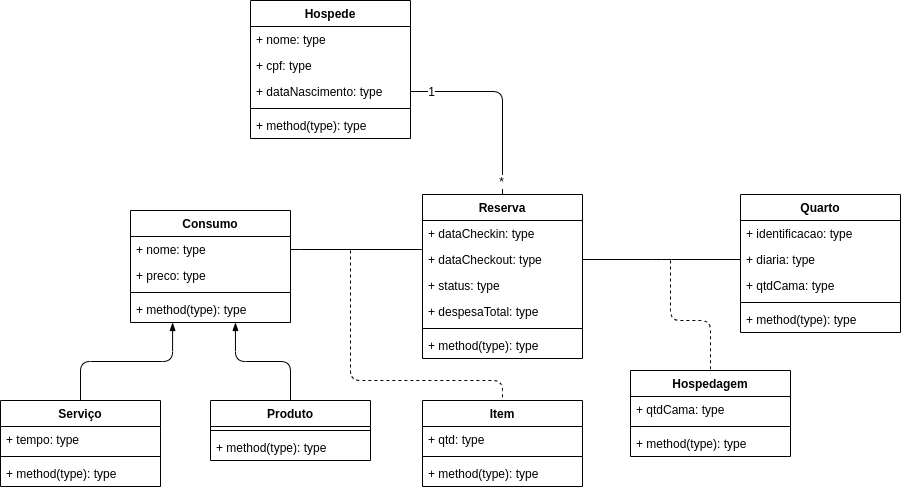
henriqueyun/Hotel keeps this draw.io diagram as docs/diagrams/Sistema de Hotelaria - Diagrama de Classe.png. Above is the earlier version. Source tidied: cells renumbered, new cells last; positions are measured from the earlier drawing's top-left corner, leaving out a move shared by most shapes.
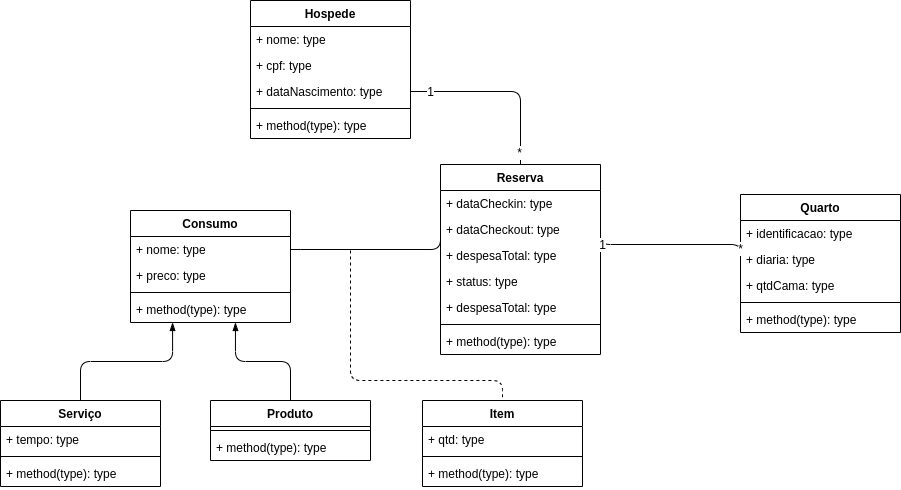
Later version of the same file.

Change to the diagram source:
```diff
@@ -21,7 +21,7 @@
       <mxGeometry y="112" width="160" height="26" as="geometry" />
     </mxCell>
     <mxCell id="8" value="Reserva" style="swimlane;fontStyle=1;align=center;verticalAlign=top;horizontal=1;startSize=26;" parent="1" vertex="1">
-      <mxGeometry x="422" y="194" width="160" height="164" as="geometry" />
+      <mxGeometry x="440" y="164" width="160" height="190" as="geometry" />
     </mxCell>
     <mxCell id="9" value="+ dataCheckin: type" style="text;strokeColor=none;fillColor=none;align=left;verticalAlign=top;spacingLeft=4;spacingRight=4;overflow=hidden;" parent="8" vertex="1">
       <mxGeometry y="26" width="160" height="26" as="geometry" />
@@ -29,17 +29,20 @@
     <mxCell id="10" value="+ dataCheckout: type" style="text;strokeColor=none;fillColor=none;align=left;verticalAlign=top;spacingLeft=4;spacingRight=4;overflow=hidden;points=[[0,0.5],[1,0.5]];portConstraint=eastwest;" parent="8" vertex="1">
       <mxGeometry y="52" width="160" height="26" as="geometry" />
     </mxCell>
+    <mxCell id="50" value="+ despesaTotal: type" style="text;strokeColor=none;fillColor=none;align=left;verticalAlign=top;spacingLeft=4;spacingRight=4;overflow=hidden;" parent="8" vertex="1">
+      <mxGeometry y="78" width="160" height="26" as="geometry" />
+    </mxCell>
     <mxCell id="11" value="+ status: type" style="text;strokeColor=none;fillColor=none;align=left;verticalAlign=top;spacingLeft=4;spacingRight=4;overflow=hidden;" parent="8" vertex="1">
-      <mxGeometry y="78" width="160" height="26" as="geometry" />
+      <mxGeometry y="104" width="160" height="26" as="geometry" />
     </mxCell>
     <mxCell id="12" value="+ despesaTotal: type" style="text;strokeColor=none;fillColor=none;align=left;verticalAlign=top;spacingLeft=4;spacingRight=4;overflow=hidden;" parent="8" vertex="1">
-      <mxGeometry y="104" width="160" height="26" as="geometry" />
+      <mxGeometry y="130" width="160" height="26" as="geometry" />
     </mxCell>
     <mxCell id="13" style="line;strokeWidth=1;fillColor=none;align=left;verticalAlign=middle;spacingTop=-1;spacingLeft=3;spacingRight=3;labelPosition=right;" parent="8" vertex="1">
-      <mxGeometry y="130" width="160" height="8" as="geometry" />
+      <mxGeometry y="156" width="160" height="8" as="geometry" />
     </mxCell>
     <mxCell id="14" value="+ method(type): type" style="text;strokeColor=none;fillColor=none;align=left;verticalAlign=top;spacingLeft=4;spacingRight=4;overflow=hidden;" parent="8" vertex="1">
-      <mxGeometry y="138" width="160" height="26" as="geometry" />
+      <mxGeometry y="164" width="160" height="26" as="geometry" />
     </mxCell>
     <mxCell id="15" value="Consumo" style="swimlane;fontStyle=1;align=center;verticalAlign=top;horizontal=1;startSize=26;" parent="1" vertex="1">
       <mxGeometry x="130" y="210" width="160" height="112" as="geometry" />
@@ -136,6 +139,14 @@
     <mxCell id="42" style="edgeStyle=elbowEdgeStyle;html=1;endArrow=none;elbow=vertical;exitX=0;exitY=0.5;exitDx=0;exitDy=0;entryX=1;entryY=0.5;entryDx=0;entryDy=0;" parent="1" edge="1" source="38" target="10">
       <mxGeometry relative="1" as="geometry" />
     </mxCell>
+    <mxCell id="51" value="1" style="text;html=1;align=center;verticalAlign=middle;labelBackgroundColor=#ffffff;" parent="42" vertex="1">
+      <mxGeometry x="0.84" y="-1" relative="1" as="geometry" />
+    </mxCell>
+    <mxCell id="52" value="*" style="text;html=1;align=center;verticalAlign=middle;labelBackgroundColor=#ffffff;" parent="42" vertex="1">
+      <mxGeometry y="69" relative="1" as="geometry">
+        <mxPoint x="69" y="-66" as="offset" />
+      </mxGeometry>
+    </mxCell>
     <mxCell id="43" style="endArrow=none;dashed=1;html=1;entryX=0.5;entryY=0;entryDx=0;entryDy=0;" parent="1" edge="1" target="27">
       <mxGeometry relative="1" as="geometry">
         <mxPoint x="350" y="250" as="sourcePoint" />
@@ -145,27 +156,6 @@
         </Array>
       </mxGeometry>
     </mxCell>
-    <mxCell id="44" value="Hospedagem" style="swimlane;fontStyle=1;align=center;verticalAlign=top;horizontal=1;startSize=26;" parent="1" vertex="1">
-      <mxGeometry x="630" y="370" width="160" height="86" as="geometry" />
-    </mxCell>
-    <mxCell id="45" value="+ qtdCama: type" style="text;strokeColor=none;fillColor=none;align=left;verticalAlign=top;spacingLeft=4;spacingRight=4;overflow=hidden;" parent="44" vertex="1">
-      <mxGeometry y="26" width="160" height="26" as="geometry" />
-    </mxCell>
-    <mxCell id="46" style="line;strokeWidth=1;fillColor=none;align=left;verticalAlign=middle;spacingTop=-1;spacingLeft=3;spacingRight=3;labelPosition=right;" parent="44" vertex="1">
-      <mxGeometry y="52" width="160" height="8" as="geometry" />
-    </mxCell>
-    <mxCell id="47" value="+ method(type): type" style="text;strokeColor=none;fillColor=none;align=left;verticalAlign=top;spacingLeft=4;spacingRight=4;overflow=hidden;" parent="44" vertex="1">
-      <mxGeometry y="60" width="160" height="26" as="geometry" />
-    </mxCell>
-    <mxCell id="48" style="endArrow=none;dashed=1;html=1;entryX=0.5;entryY=0;entryDx=0;entryDy=0;" parent="1" edge="1" target="44">
-      <mxGeometry relative="1" as="geometry">
-        <mxPoint x="670" y="260" as="sourcePoint" />
-        <Array as="points">
-          <mxPoint x="670" y="320" />
-          <mxPoint x="710" y="320" />
-        </Array>
-      </mxGeometry>
-    </mxCell>
     <mxCell id="49" style="edgeStyle=elbowEdgeStyle;html=1;endArrow=none;elbow=vertical;entryX=0.5;entryY=0;entryDx=0;entryDy=0;startArrow=blockThin;startFill=1;exitX=0.263;exitY=1;exitDx=0;exitDy=0;exitPerimeter=0;" parent="1" edge="1" source="19" target="20">
       <mxGeometry relative="1" as="geometry">
         <Array as="points">
```
